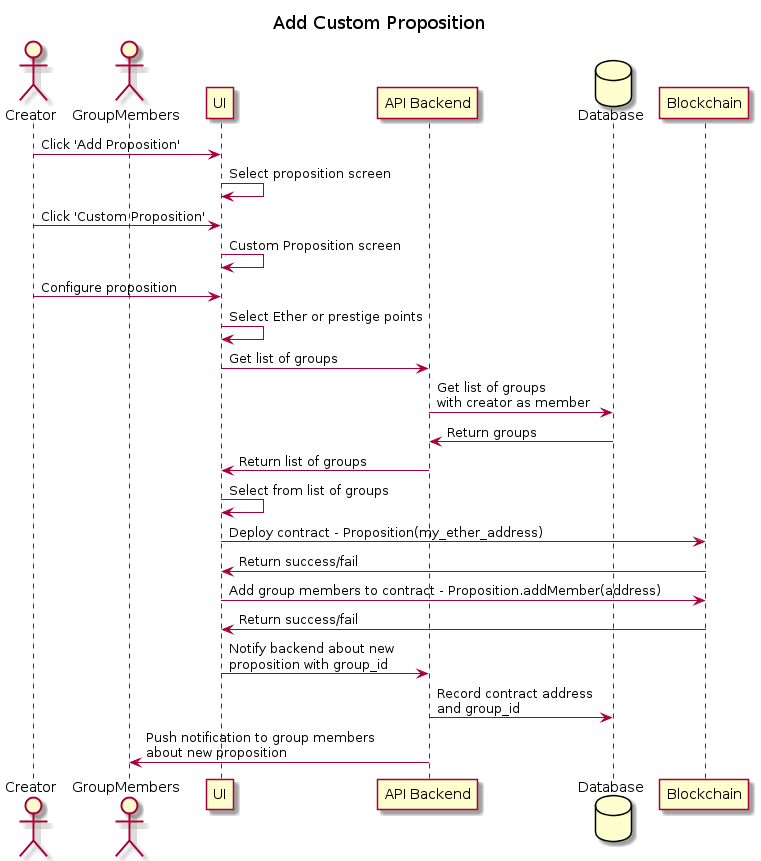
Earlier version of the PlantUML export diagram_out/Diagrams/UserStories/Add Custom Proposition.png (adhurjaty/prediction-app).
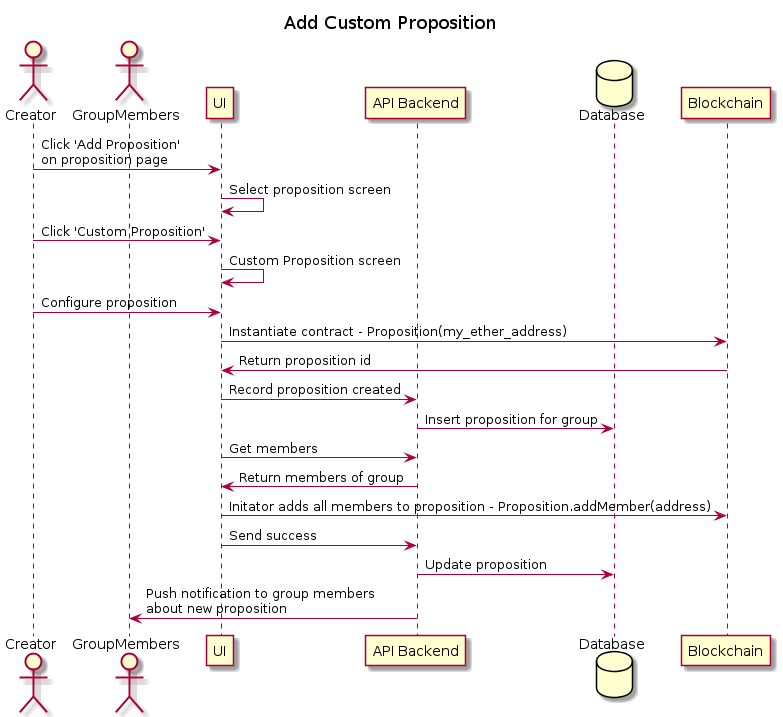
The same file after the commit.

Diff of the diagram source:
```diff
@@ -9,23 +9,20 @@
 database Database as db
 participant Blockchain as bc
 
-creator -> ui : Click 'Add Proposition'
+creator -> ui : Click 'Add Proposition'\non proposition page
 ui -> ui : Select proposition screen
 creator -> ui : Click 'Custom Proposition'
 ui -> ui : Custom Proposition screen
 creator -> ui : Configure proposition
-ui -> ui: Select Ether or prestige points
-ui -> api: Get list of groups
-api -> db: Get list of groups \nwith creator as member
-db -> api: Return groups
-api -> ui: Return list of groups
-ui -> ui: Select from list of groups
-ui -> bc: Deploy contract - Proposition(my_ether_address)
-bc -> ui: Return success/fail
-ui -> bc: Add group members to contract - Proposition.addMember(address)
-bc -> ui: Return success/fail
-ui -> api: Notify backend about new \nproposition with group_id
-api -> db: Record contract address \nand group_id
+ui -> bc: Instantiate contract - Proposition(my_ether_address)
+bc -> ui : Return proposition id
+ui -> api : Record proposition created
+api -> db : Insert proposition for group
+ui -> api : Get members
+api -> ui: Return members of group
+ui -> bc: Initator adds all members to proposition - Proposition.addMember(address)
+ui -> api : Send success
+api -> db : Update proposition
 api -> member: Push notification to group members \nabout new proposition
 
 @enduml
```
